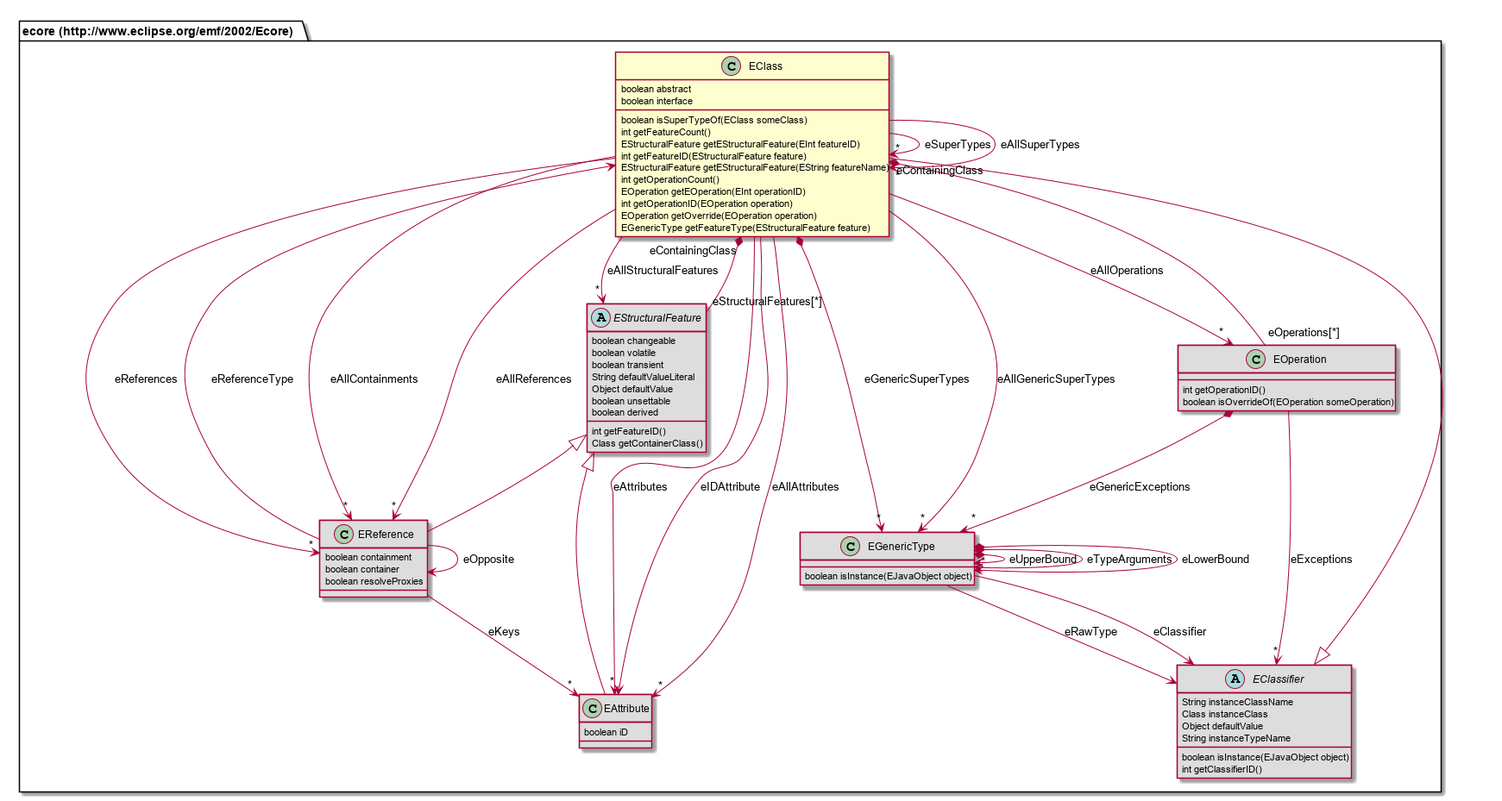
Before: repository/src/site/resources/model-doc/687474703a2f2f7777772e65636c697073652e6f72672f656d662f323030322f45636f7265/EClass.png, a diagram exported from PlantUML (Nasdanika/html).
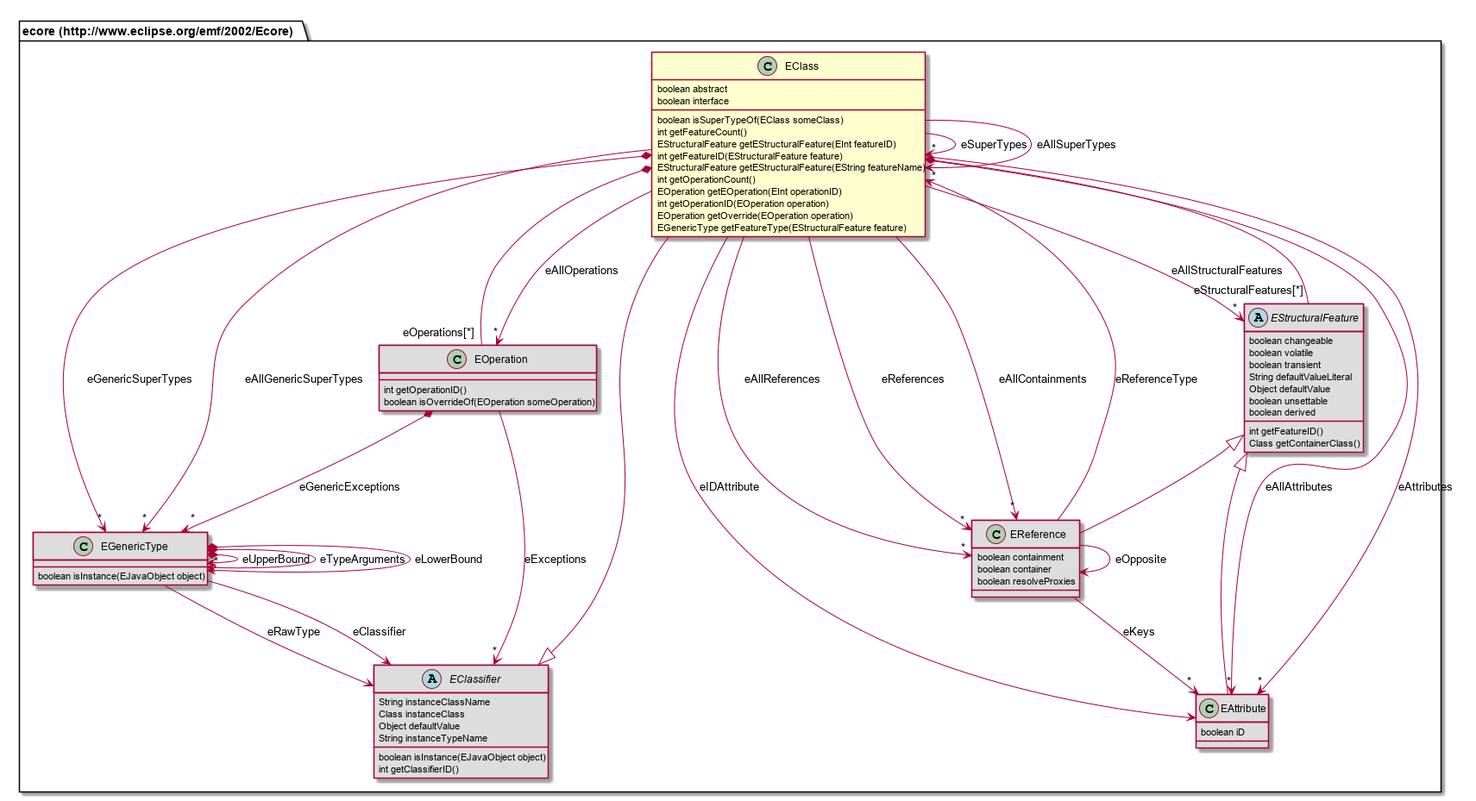
After the change.

The edit, as a diff of the source:
```diff
@@ -13,9 +13,16 @@
 	EOperation getOverride(EOperation operation)
 	EGenericType getFeatureType(EStructuralFeature feature)
 }
-class "ecore (http://www.eclipse.org/emf/2002/Ecore).EOperation" [[#router/doc-content/687474703a2f2f7777772e65636c697073652e6f72672f656d662f323030322f45636f7265/EOperation.html]] #DDDDDD {
-	int getOperationID()
-	boolean isOverrideOf(EOperation someOperation)
+class "ecore (http://www.eclipse.org/emf/2002/Ecore).EGenericType" [[#router/doc-content/687474703a2f2f7777772e65636c697073652e6f72672f656d662f323030322f45636f7265/EGenericType.html]] #DDDDDD {
+	boolean isInstance(EJavaObject object)
+}
+abstract class "ecore (http://www.eclipse.org/emf/2002/Ecore).EClassifier" [[#router/doc-content/687474703a2f2f7777772e65636c697073652e6f72672f656d662f323030322f45636f7265/EClassifier.html]] #DDDDDD {
+	String instanceClassName
+	Class instanceClass
+	Object defaultValue
+	String instanceTypeName
+	boolean isInstance(EJavaObject object)
+	int getClassifierID()
 }
 class "ecore (http://www.eclipse.org/emf/2002/Ecore).EReference" [[#router/doc-content/687474703a2f2f7777772e65636c697073652e6f72672f656d662f323030322f45636f7265/EReference.html]] #DDDDDD {
 	boolean containment
@@ -36,28 +43,20 @@
 class "ecore (http://www.eclipse.org/emf/2002/Ecore).EAttribute" [[#router/doc-content/687474703a2f2f7777772e65636c697073652e6f72672f656d662f323030322f45636f7265/EAttribute.html]] #DDDDDD {
 	boolean iD
 }
-class "ecore (http://www.eclipse.org/emf/2002/Ecore).EGenericType" [[#router/doc-content/687474703a2f2f7777772e65636c697073652e6f72672f656d662f323030322f45636f7265/EGenericType.html]] #DDDDDD {
-	boolean isInstance(EJavaObject object)
+class "ecore (http://www.eclipse.org/emf/2002/Ecore).EOperation" [[#router/doc-content/687474703a2f2f7777772e65636c697073652e6f72672f656d662f323030322f45636f7265/EOperation.html]] #DDDDDD {
+	int getOperationID()
+	boolean isOverrideOf(EOperation someOperation)
 }
-abstract class "ecore (http://www.eclipse.org/emf/2002/Ecore).EClassifier" [[#router/doc-content/687474703a2f2f7777772e65636c697073652e6f72672f656d662f323030322f45636f7265/EClassifier.html]] #DDDDDD {
-	String instanceClassName
-	Class instanceClass
-	Object defaultValue
-	String instanceTypeName
-	boolean isInstance(EJavaObject object)
-	int getClassifierID()
-}
+"ecore (http://www.eclipse.org/emf/2002/Ecore).EClassifier" <|-- "ecore (http://www.eclipse.org/emf/2002/Ecore).EClass"
 "ecore (http://www.eclipse.org/emf/2002/Ecore).EStructuralFeature" <|-- "ecore (http://www.eclipse.org/emf/2002/Ecore).EReference"
 "ecore (http://www.eclipse.org/emf/2002/Ecore).EStructuralFeature" <|-- "ecore (http://www.eclipse.org/emf/2002/Ecore).EAttribute"
-"ecore (http://www.eclipse.org/emf/2002/Ecore).EClassifier" <|-- "ecore (http://www.eclipse.org/emf/2002/Ecore).EClass"
-"ecore (http://www.eclipse.org/emf/2002/Ecore).EOperation" "eOperations[*]" --* "eContainingClass" "ecore (http://www.eclipse.org/emf/2002/Ecore).EClass"
-"ecore (http://www.eclipse.org/emf/2002/Ecore).EOperation" --> "*" "ecore (http://www.eclipse.org/emf/2002/Ecore).EClassifier" : eExceptions
-"ecore (http://www.eclipse.org/emf/2002/Ecore).EOperation" *--> "*" "ecore (http://www.eclipse.org/emf/2002/Ecore).EGenericType" : eGenericExceptions
-"ecore (http://www.eclipse.org/emf/2002/Ecore).EReference" --> "ecore (http://www.eclipse.org/emf/2002/Ecore).EReference" : eOpposite
-"ecore (http://www.eclipse.org/emf/2002/Ecore).EReference" --> "ecore (http://www.eclipse.org/emf/2002/Ecore).EClass" : eReferenceType
-"ecore (http://www.eclipse.org/emf/2002/Ecore).EReference" --> "*" "ecore (http://www.eclipse.org/emf/2002/Ecore).EAttribute" : eKeys
-"ecore (http://www.eclipse.org/emf/2002/Ecore).EStructuralFeature" "eStructuralFeatures[*]" --* "eContainingClass" "ecore (http://www.eclipse.org/emf/2002/Ecore).EClass"
+"ecore (http://www.eclipse.org/emf/2002/Ecore).EGenericType" *--> "ecore (http://www.eclipse.org/emf/2002/Ecore).EGenericType" : eUpperBound
+"ecore (http://www.eclipse.org/emf/2002/Ecore).EGenericType" *--> "*" "ecore (http://www.eclipse.org/emf/2002/Ecore).EGenericType" : eTypeArguments
+"ecore (http://www.eclipse.org/emf/2002/Ecore).EGenericType" --> "ecore (http://www.eclipse.org/emf/2002/Ecore).EClassifier" : eRawType
+"ecore (http://www.eclipse.org/emf/2002/Ecore).EGenericType" *--> "ecore (http://www.eclipse.org/emf/2002/Ecore).EGenericType" : eLowerBound
+"ecore (http://www.eclipse.org/emf/2002/Ecore).EGenericType" --> "ecore (http://www.eclipse.org/emf/2002/Ecore).EClassifier" : eClassifier
 "ecore (http://www.eclipse.org/emf/2002/Ecore).EClass" --> "*" "ecore (http://www.eclipse.org/emf/2002/Ecore).EClass" : eSuperTypes
+"ecore (http://www.eclipse.org/emf/2002/Ecore).EClass" *-- "eOperations[*]" "ecore (http://www.eclipse.org/emf/2002/Ecore).EOperation"
 "ecore (http://www.eclipse.org/emf/2002/Ecore).EClass" --> "*" "ecore (http://www.eclipse.org/emf/2002/Ecore).EAttribute" : eAllAttributes
 "ecore (http://www.eclipse.org/emf/2002/Ecore).EClass" --> "*" "ecore (http://www.eclipse.org/emf/2002/Ecore).EReference" : eAllReferences
 "ecore (http://www.eclipse.org/emf/2002/Ecore).EClass" --> "*" "ecore (http://www.eclipse.org/emf/2002/Ecore).EReference" : eReferences
@@ -67,11 +66,12 @@
 "ecore (http://www.eclipse.org/emf/2002/Ecore).EClass" --> "*" "ecore (http://www.eclipse.org/emf/2002/Ecore).EStructuralFeature" : eAllStructuralFeatures
 "ecore (http://www.eclipse.org/emf/2002/Ecore).EClass" --> "*" "ecore (http://www.eclipse.org/emf/2002/Ecore).EClass" : eAllSuperTypes
 "ecore (http://www.eclipse.org/emf/2002/Ecore).EClass" --> "ecore (http://www.eclipse.org/emf/2002/Ecore).EAttribute" : eIDAttribute
+"ecore (http://www.eclipse.org/emf/2002/Ecore).EClass" *-- "eStructuralFeatures[*]" "ecore (http://www.eclipse.org/emf/2002/Ecore).EStructuralFeature"
 "ecore (http://www.eclipse.org/emf/2002/Ecore).EClass" *--> "*" "ecore (http://www.eclipse.org/emf/2002/Ecore).EGenericType" : eGenericSuperTypes
 "ecore (http://www.eclipse.org/emf/2002/Ecore).EClass" --> "*" "ecore (http://www.eclipse.org/emf/2002/Ecore).EGenericType" : eAllGenericSuperTypes
-"ecore (http://www.eclipse.org/emf/2002/Ecore).EGenericType" *--> "ecore (http://www.eclipse.org/emf/2002/Ecore).EGenericType" : eUpperBound
-"ecore (http://www.eclipse.org/emf/2002/Ecore).EGenericType" *--> "*" "ecore (http://www.eclipse.org/emf/2002/Ecore).EGenericType" : eTypeArguments
-"ecore (http://www.eclipse.org/emf/2002/Ecore).EGenericType" --> "ecore (http://www.eclipse.org/emf/2002/Ecore).EClassifier" : eRawType
-"ecore (http://www.eclipse.org/emf/2002/Ecore).EGenericType" *--> "ecore (http://www.eclipse.org/emf/2002/Ecore).EGenericType" : eLowerBound
-"ecore (http://www.eclipse.org/emf/2002/Ecore).EGenericType" --> "ecore (http://www.eclipse.org/emf/2002/Ecore).EClassifier" : eClassifier
+"ecore (http://www.eclipse.org/emf/2002/Ecore).EReference" --> "ecore (http://www.eclipse.org/emf/2002/Ecore).EReference" : eOpposite
+"ecore (http://www.eclipse.org/emf/2002/Ecore).EReference" --> "ecore (http://www.eclipse.org/emf/2002/Ecore).EClass" : eReferenceType
+"ecore (http://www.eclipse.org/emf/2002/Ecore).EReference" --> "*" "ecore (http://www.eclipse.org/emf/2002/Ecore).EAttribute" : eKeys
+"ecore (http://www.eclipse.org/emf/2002/Ecore).EOperation" --> "*" "ecore (http://www.eclipse.org/emf/2002/Ecore).EClassifier" : eExceptions
+"ecore (http://www.eclipse.org/emf/2002/Ecore).EOperation" *--> "*" "ecore (http://www.eclipse.org/emf/2002/Ecore).EGenericType" : eGenericExceptions
 @enduml
```
